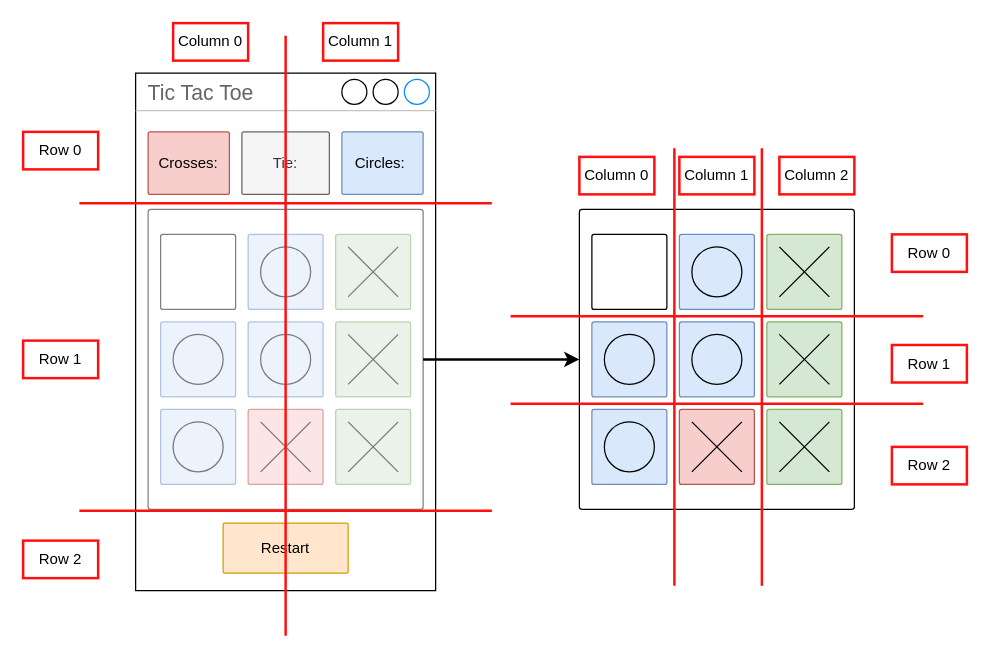
Before: planning/Design_Prototypes_Drawio/Design_Prototype_3_Blueprint.drawio in MichaelHayesMC/Tic-Tac-Toe, a draw.io diagram. Source tidied: cells renumbered, new cells numbered last; positions are measured from the earlier drawing's top-left corner, leaving out a move shared by most shapes. Both pictures are drawn from the tidied source at 125%, with x=0, y=0 at pixel (22, 22).
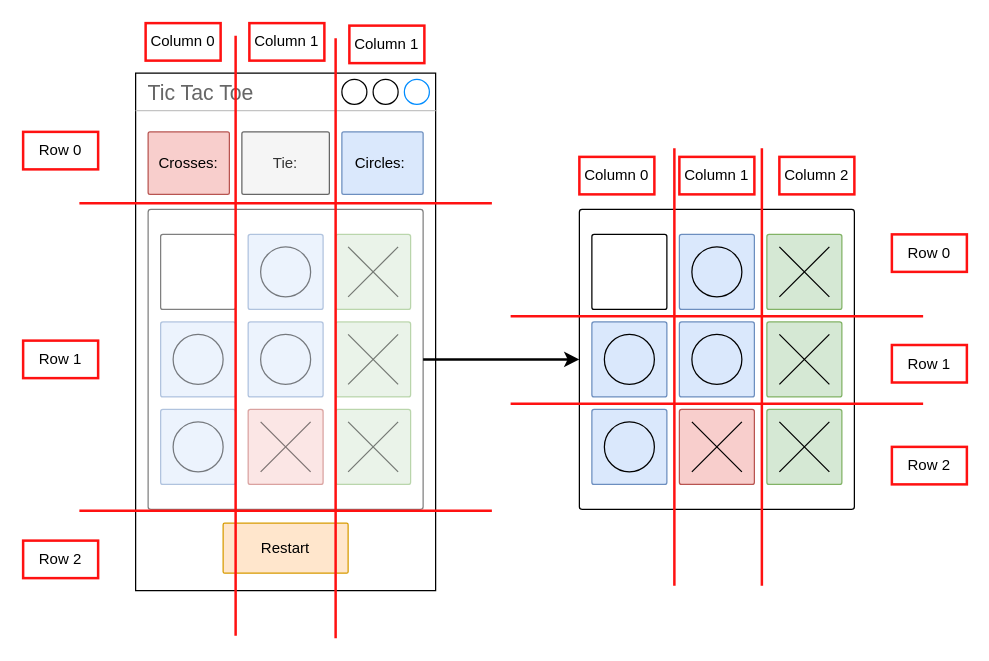
The same diagram, later.

The edit, as a diff of the source:
```diff
@@
     <mxCell id="30" style="endArrow=none;html=1;strokeWidth=2;strokeColor=#FF1111;" parent="1" edge="1">
       <mxGeometry relative="1" as="geometry">
-        <mxPoint x="210" y="490" as="sourcePoint" />
-        <mxPoint x="210" y="10" as="targetPoint" />
+        <mxPoint x="170" y="490" as="sourcePoint" />
+        <mxPoint x="170" y="10" as="targetPoint" />
       </mxGeometry>
     </mxCell>
     <mxCell id="31" value="Column 0" style="text;html=1;align=center;verticalAlign=middle;whiteSpace=wrap;rounded=0;strokeWidth=2;strokeColor=#FF1111;" parent="1" vertex="1">
-      <mxGeometry x="120" width="60" height="30" as="geometry" />
+      <mxGeometry x="98" width="60" height="30" as="geometry" />
     </mxCell>
     <mxCell id="32" value="Column 1" style="text;html=1;align=center;verticalAlign=middle;whiteSpace=wrap;rounded=0;strokeWidth=2;strokeColor=#FF1111;" parent="1" vertex="1">
-      <mxGeometry x="240" width="60" height="30" as="geometry" />
+      <mxGeometry x="181" width="60" height="30" as="geometry" />
     </mxCell>
@@
+    <mxCell id="62" value="Column 1" style="text;html=1;align=center;verticalAlign=middle;whiteSpace=wrap;rounded=0;strokeWidth=2;strokeColor=#FF1111;" parent="1" vertex="1">
+      <mxGeometry x="261" y="2" width="60" height="30" as="geometry" />
+    </mxCell>
+    <mxCell id="63" style="endArrow=none;html=1;strokeWidth=2;strokeColor=#FF1111;" parent="1" edge="1">
+      <mxGeometry relative="1" as="geometry">
+        <mxPoint x="250" y="492" as="sourcePoint" />
+        <mxPoint x="250" y="12" as="targetPoint" />
+      </mxGeometry>
+    </mxCell>
```
